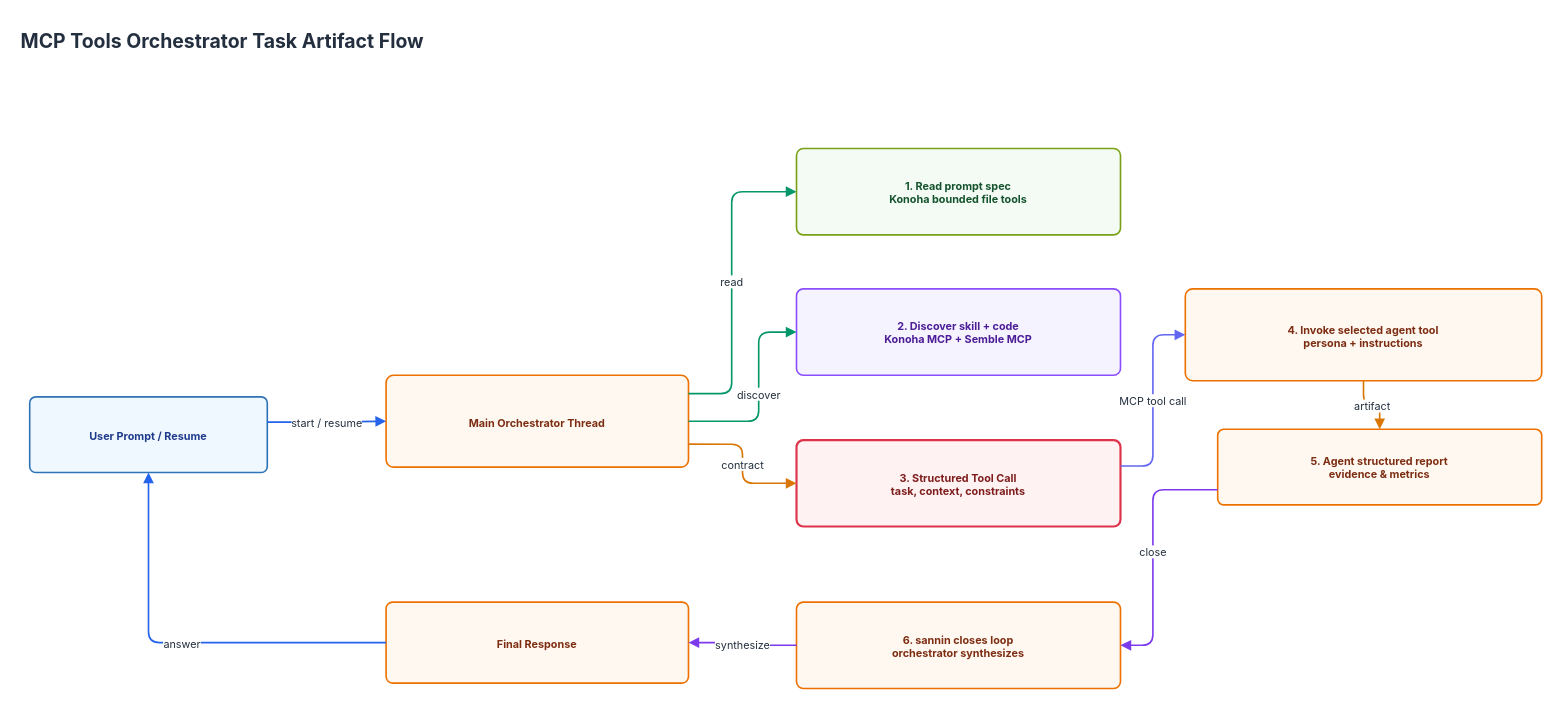
This is page "08 Orchestrator Task Artifact Flow" (8 of 16) of docs/diagrams/konoha-enterprise-architecture.drawio from andycungkrinx91/konoha, a draw.io file, before an edit. Source tidied: cells renumbered, new cells numbered last; positions are measured from the earlier drawing's top-left corner, leaving out a move shared by most shapes. Both pictures are drawn from the tidied source at 108%, with x=0, y=0 at pixel (18, 18).
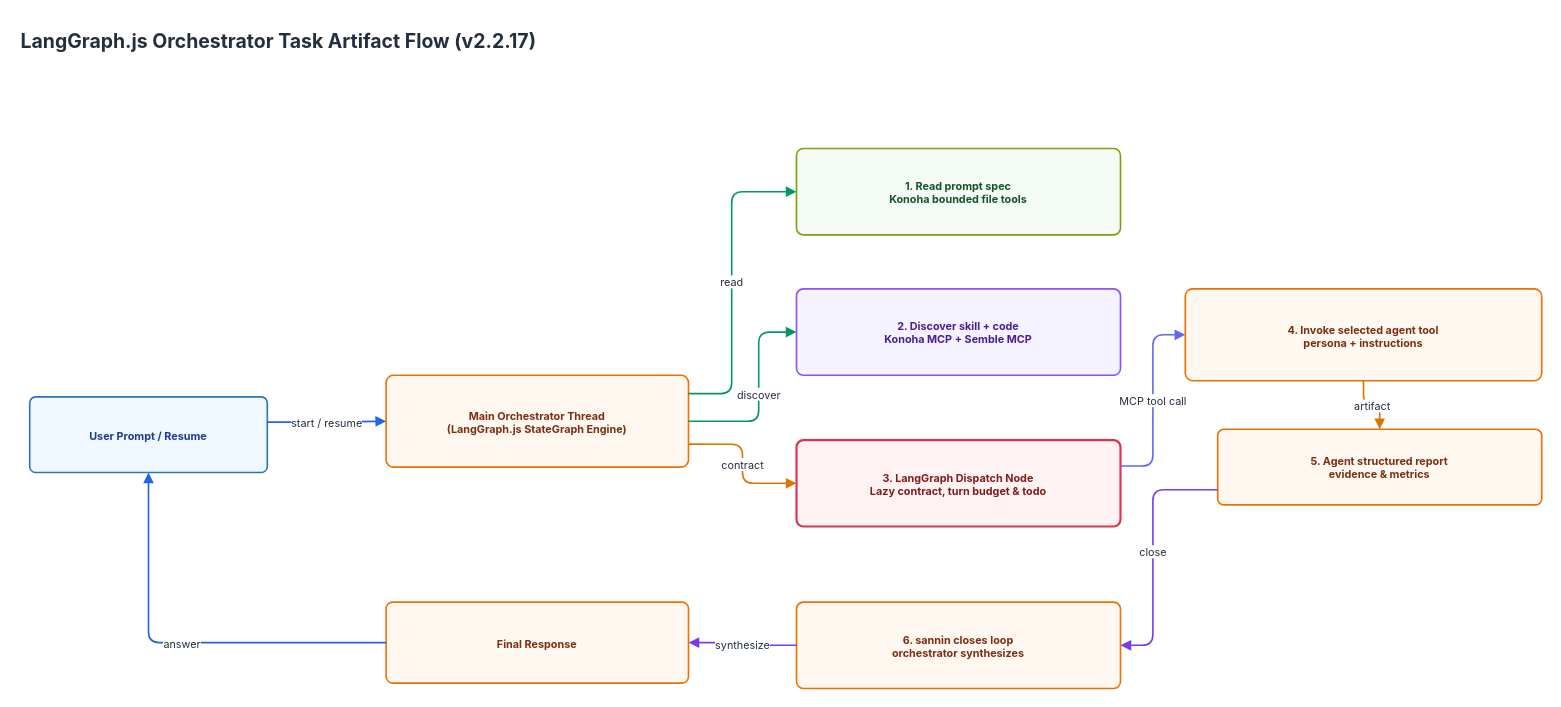
After the change.

Change to the diagram source:
```diff
@@
-    <mxCell id="2" value="MCP Tools Orchestrator Task Artifact Flow" style="text;html=1;strokeColor=none;fillColor=none;fontFamily=Inter, system-ui, -apple-system;fontSize=18;fontStyle=1;fontColor=#232F3E;align=left;verticalAlign=middle;" parent="1" vertex="1">
+    <mxCell id="2" value="LangGraph.js Orchestrator Task Artifact Flow (v2.2.17)" style="text;html=1;strokeColor=none;fillColor=none;fontFamily=Inter, system-ui, -apple-system;fontSize=18;fontStyle=1;fontColor=#232F3E;align=left;verticalAlign=middle;" parent="1" vertex="1">
       <mxGeometry width="900" height="40" as="geometry" />
     </mxCell>
@@
-    <mxCell id="4" value="Main Orchestrator Thread" style="rounded=1;arcSize=8;html=1;whiteSpace=wrap;fillColor=#FFF8F1;strokeColor=#ED7100;strokeWidth=1.5;fontFamily=Inter, system-ui, -apple-system;fontSize=10;fontColor=#7C2D12;fontStyle=1;shadow=0;" parent="1" vertex="1">
+    <mxCell id="4" value="Main Orchestrator Thread&#10;(LangGraph.js StateGraph Engine)" style="rounded=1;arcSize=8;html=1;whiteSpace=wrap;fillColor=#FFF8F1;strokeColor=#ED7100;strokeWidth=1.5;fontFamily=Inter, system-ui, -apple-system;fontSize=10;fontColor=#7C2D12;fontStyle=1;shadow=0;" parent="1" vertex="1">
       <mxGeometry x="340" y="330" width="280" height="85" as="geometry" />
     </mxCell>
@@
-    <mxCell id="7" value="3. Structured Tool Call&#10;task, context, constraints" style="rounded=1;arcSize=8;html=1;whiteSpace=wrap;fillColor=#FEF2F2;strokeColor=#DD344C;strokeWidth=2;fontFamily=Inter, system-ui, -apple-system;fontSize=10;fontColor=#7F1D1D;fontStyle=1;shadow=0;" parent="1" vertex="1">
+    <mxCell id="7" value="3. LangGraph Dispatch Node&#10;Lazy contract, turn budget &amp; todo" style="rounded=1;arcSize=8;html=1;whiteSpace=wrap;fillColor=#FEF2F2;strokeColor=#DD344C;strokeWidth=2;fontFamily=Inter, system-ui, -apple-system;fontSize=10;fontColor=#7F1D1D;fontStyle=1;shadow=0;" parent="1" vertex="1">
       <mxGeometry x="720" y="390" width="300" height="80" as="geometry" />
     </mxCell>
```
